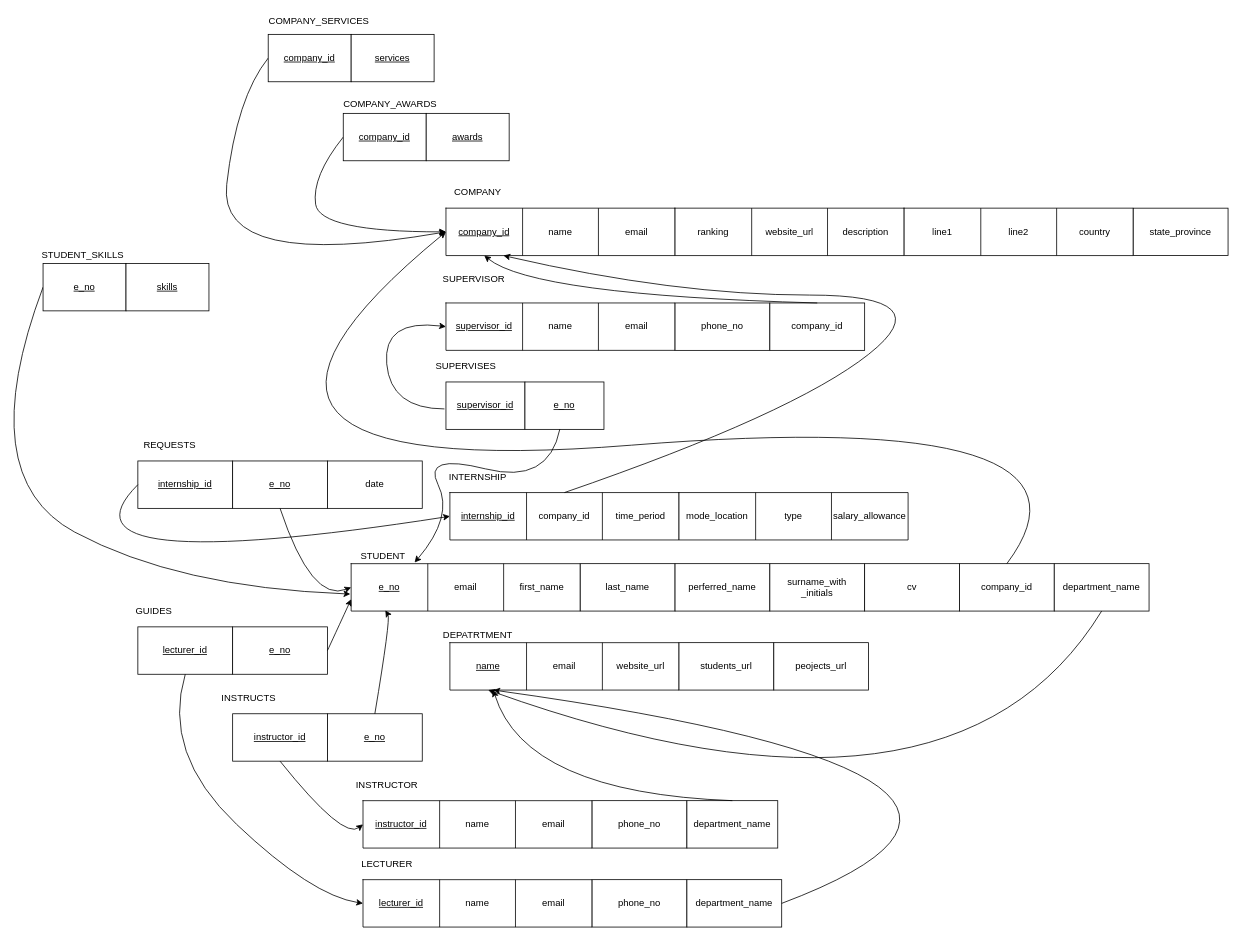
The draw.io diagram ER Diagram/Relational_schema_diagram.drawio in ishanfdo18098/CO226-Database-Project, before the edit. Source tidied: cells renumbered, new cells numbered last; positions are measured from the earlier drawing's top-left corner, leaving out a move shared by most shapes. Both pictures are drawn from the tidied source at 79%, with x=0, y=0 at pixel (-28, 13).
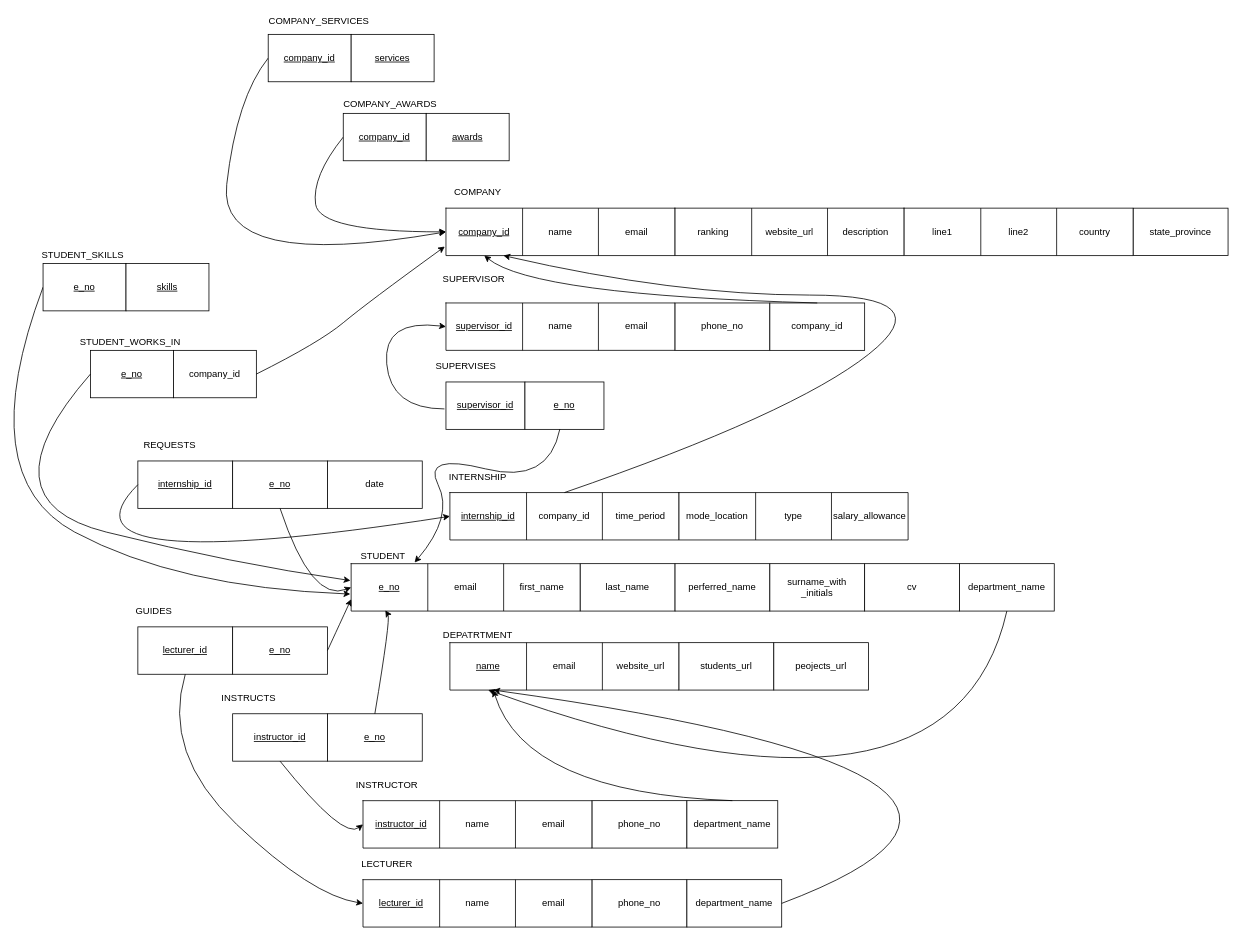
Above is the later version.

Commit message (it also covers changes not shown here):
Fixed the student works in issue in DB

The change refers to these unchanged cells:
```xml
<mxCell id="4" value="&lt;u&gt;company_id&lt;/u&gt;" style="shape=partialRectangle;html=1;whiteSpace=wrap;fillColor=none;top=0;left=0;bottom=0;right=0;overflow=hidden;" parent="3" vertex="1">
  <mxGeometry width="97" height="60" as="geometry" />
</mxCell>
<mxCell id="41" value="&lt;u&gt;e_no&lt;/u&gt;" style="shape=partialRectangle;html=1;whiteSpace=wrap;fillColor=none;top=0;left=0;bottom=0;right=0;overflow=hidden;" parent="40" vertex="1">
  <mxGeometry width="97" height="60" as="geometry" />
</mxCell>
```

The edit, as a diff of the source:
```diff
@@
-    <mxCell id="75" value="company_id" style="rounded=0;whiteSpace=wrap;html=1;" parent="1" vertex="1">
-      <mxGeometry x="1250" y="696" width="120" height="60" as="geometry" />
-    </mxCell>
-    <mxCell id="76" style="curved=1;endArrow=classic;html=1;rounded=0;exitX=0.5;exitY=0;exitDx=0;exitDy=0;entryX=0;entryY=0.5;entryDx=0;entryDy=0;" parent="1" edge="1" source="75" target="4">
-      <mxGeometry relative="1" as="geometry">
-        <Array as="points">
-          <mxPoint x="1460" y="496" />
-          <mxPoint x="210" y="596" />
-        </Array>
-      </mxGeometry>
-    </mxCell>
@@
     <mxCell id="93" value="department_name" style="rounded=0;whiteSpace=wrap;html=1;" parent="1" vertex="1">
-      <mxGeometry x="1370" y="696" width="120" height="60" as="geometry" />
+      <mxGeometry x="1250" y="696" width="120" height="60" as="geometry" />
     </mxCell>
@@
+    <mxCell id="116" value="STUDENT_WORKS_IN" style="text;html=1;align=center;verticalAlign=middle;strokeColor=none;fillColor=none;" parent="1" vertex="1">
+      <mxGeometry x="130" y="406" width="140" height="20" as="geometry" />
+    </mxCell>
+    <mxCell id="117" style="group;" parent="1" vertex="1">
+      <mxGeometry x="150" y="426" width="210" height="60" as="geometry" />
+    </mxCell>
+    <mxCell id="118" value="&lt;u&gt;e_no&lt;/u&gt;" style="rounded=0;whiteSpace=wrap;html=1;" parent="117" vertex="1">
+      <mxGeometry width="105" height="60" as="geometry" />
+    </mxCell>
+    <mxCell id="75" value="company_id" style="rounded=0;whiteSpace=wrap;html=1;" parent="117" vertex="1">
+      <mxGeometry x="105" width="105" height="60" as="geometry" />
+    </mxCell>
+    <mxCell id="119" style="curved=1;endArrow=classic;html=1;rounded=0;exitX=0;exitY=0.5;exitDx=0;exitDy=0;entryX=-0.009;entryY=0.356;entryDx=0;entryDy=0;entryPerimeter=0;" parent="1" edge="1" source="118" target="41">
+      <mxGeometry relative="1" as="geometry">
+        <Array as="points">
+          <mxPoint x="10" y="616" />
+          <mxPoint x="330" y="696" />
+        </Array>
+      </mxGeometry>
+    </mxCell>
+    <mxCell id="76" style="curved=1;endArrow=classic;html=1;rounded=0;exitX=1;exitY=0.5;exitDx=0;exitDy=0;entryX=-0.015;entryY=0.81;entryDx=0;entryDy=0;entryPerimeter=0;" parent="1" edge="1" source="75" target="4">
+      <mxGeometry relative="1" as="geometry">
+        <Array as="points">
+          <mxPoint x="440" y="416" />
+          <mxPoint x="500" y="366" />
+        </Array>
+      </mxGeometry>
+    </mxCell>
```
